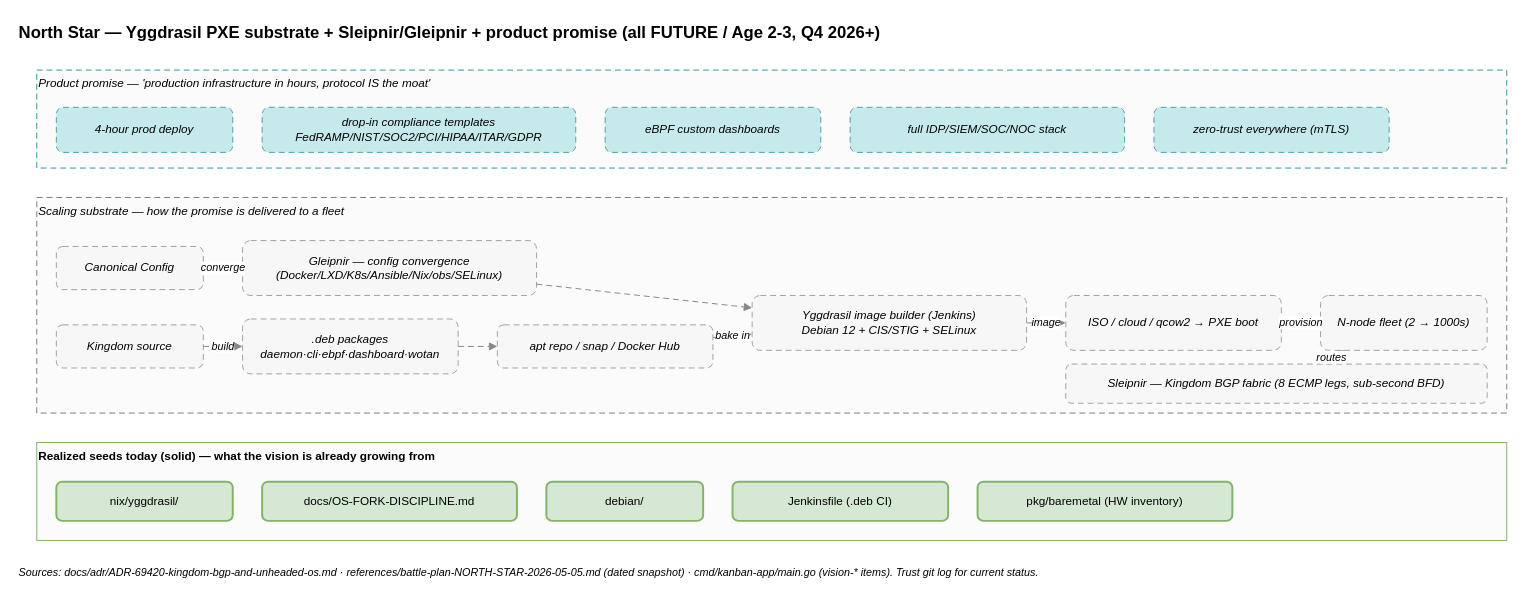
This is page "6 · North Star (Yggdrasil)" (6 of 6) of docs/architecture/service-ontology.drawio from unheaded/unheaded, a draw.io file, before an edit. Source tidied: cells renumbered, new cells numbered last; positions are measured from the earlier drawing's top-left corner, leaving out a move shared by most shapes. Both pictures are drawn from the tidied source at 98%, with x=0, y=0 at pixel (17, 17).
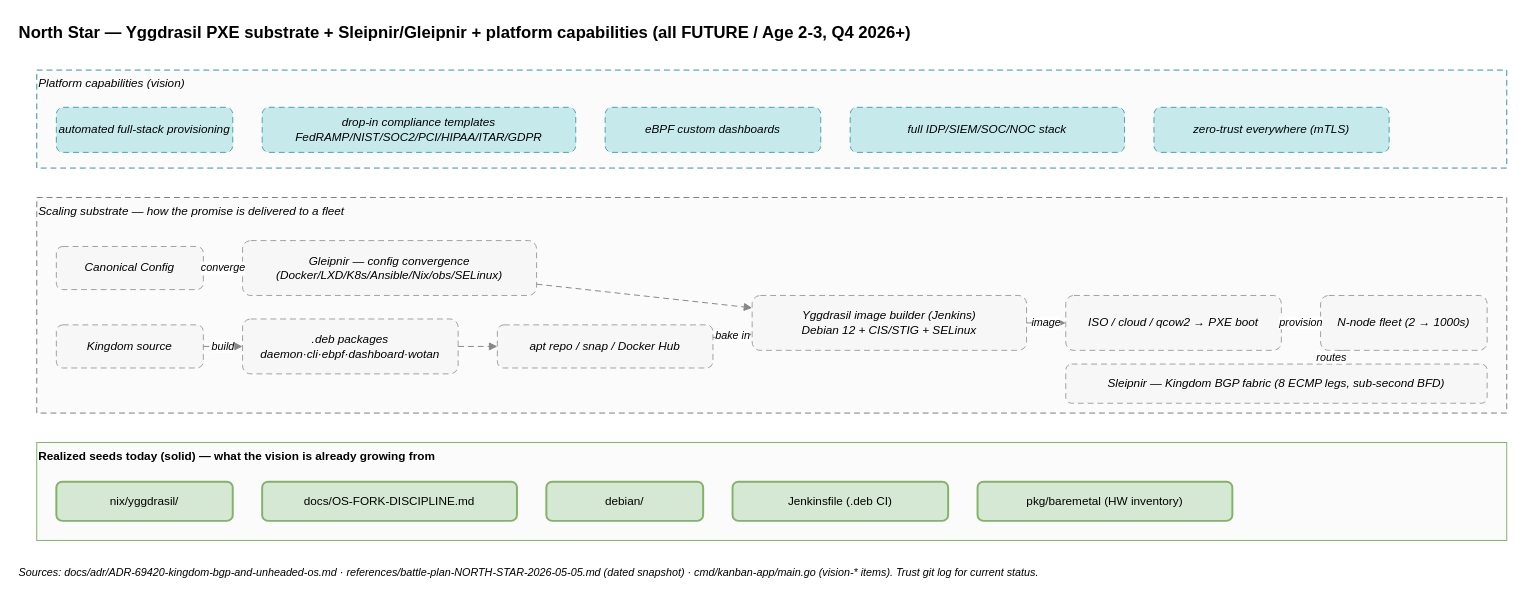
After the change.

What changed in the source:
```diff
@@
-    <mxCell id="2" value="North Star — Yggdrasil PXE substrate + Sleipnir/Gleipnir + product promise (all FUTURE / Age 2-3, Q4 2026+)" style="text;html=1;fontSize=17;fontStyle=1;" parent="1" vertex="1">
+    <mxCell id="2" value="North Star — Yggdrasil PXE substrate + Sleipnir/Gleipnir + platform capabilities (all FUTURE / Age 2-3, Q4 2026+)" style="text;html=1;fontSize=17;fontStyle=1;" parent="1" vertex="1">
       <mxGeometry width="1400" height="30" as="geometry" />
     </mxCell>
-    <mxCell id="3" value="Product promise — 'production infrastructure in hours, protocol IS the moat'" style="rounded=0;whiteSpace=wrap;html=1;fillColor=#fbfbfb;strokeColor=#0e8088;dashed=1;dashPattern=6 4;verticalAlign=top;align=left;fontStyle=2;fontSize=12;opacity=85;" parent="1" vertex="1">
+    <mxCell id="3" value="Platform capabilities (vision)" style="rounded=0;whiteSpace=wrap;html=1;fillColor=#fbfbfb;strokeColor=#0e8088;dashed=1;dashPattern=6 4;verticalAlign=top;align=left;fontStyle=2;fontSize=12;opacity=85;" parent="1" vertex="1">
       <mxGeometry x="20" y="54" width="1500" height="100" as="geometry" />
     </mxCell>
-    <mxCell id="4" value="4-hour prod deploy" style="rounded=1;whiteSpace=wrap;html=1;fillColor=#b0e3e6;strokeColor=#0e8088;dashed=1;dashPattern=6 4;opacity=70;fontStyle=2;" parent="1" vertex="1">
+    <mxCell id="4" value="automated full-stack provisioning" style="rounded=1;whiteSpace=wrap;html=1;fillColor=#b0e3e6;strokeColor=#0e8088;dashed=1;dashPattern=6 4;opacity=70;fontStyle=2;" parent="1" vertex="1">
       <mxGeometry x="40" y="92" width="180" height="46" as="geometry" />
     </mxCell>
```
